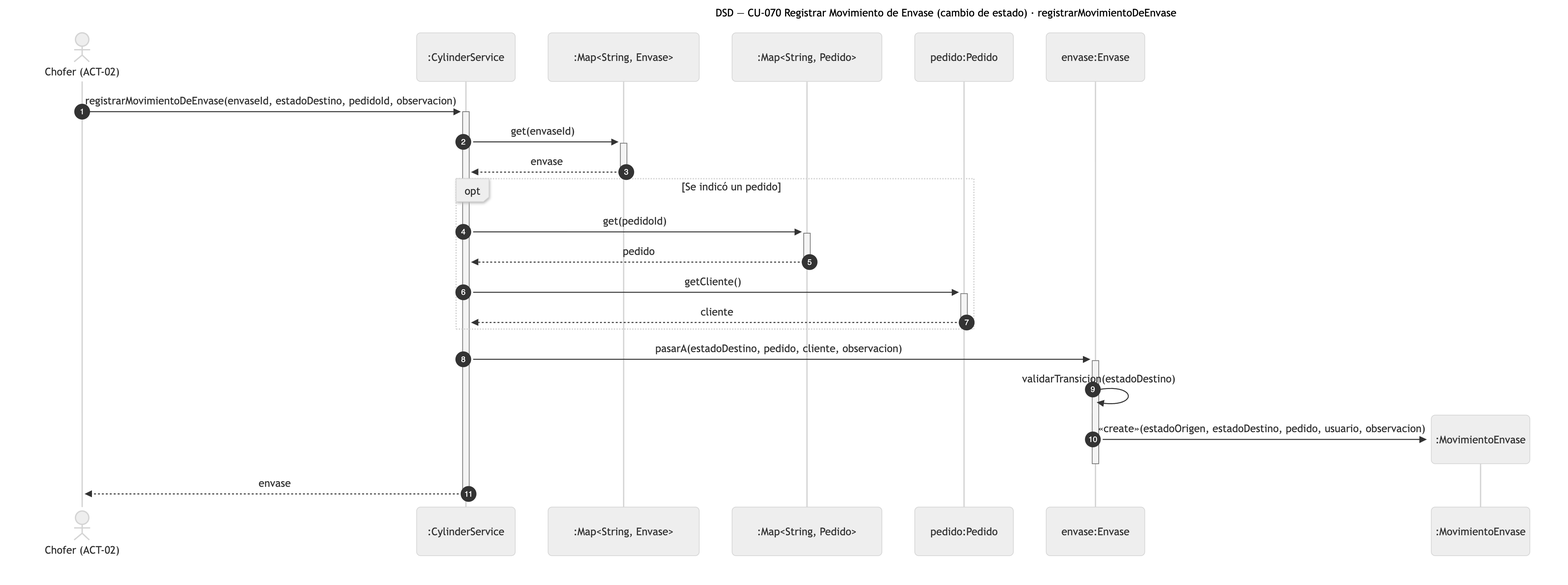
This is diagramas/png/DSD_CU-070_registrarMovimientoDeEnvase.png from Nahuelito-Dev/splg-docs, a Mermaid export, as it was before one commit. Its source is kept beside it as diagramas/DSD_CU-070_registrarMovimientoDeEnvase.mmd.
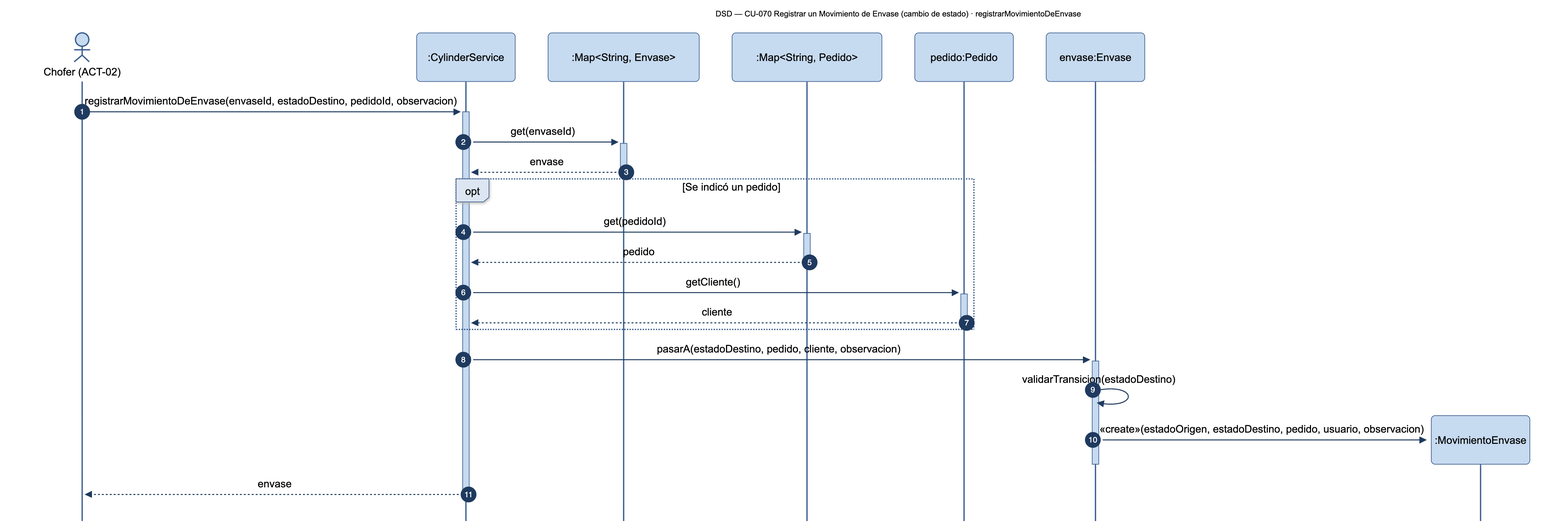
After the change.

Diff of the diagram source:
```diff
@@ -1,5 +1,5 @@
 sequenceDiagram
-    title DSD — CU-070 Registrar Movimiento de Envase (cambio de estado) · registrarMovimientoDeEnvase
+    title DSD — CU-070 Registrar un Movimiento de Envase (cambio de estado) · registrarMovimientoDeEnvase
     autonumber
     actor CHF as Chofer (ACT-02)
     participant SRV as :CylinderService
```
